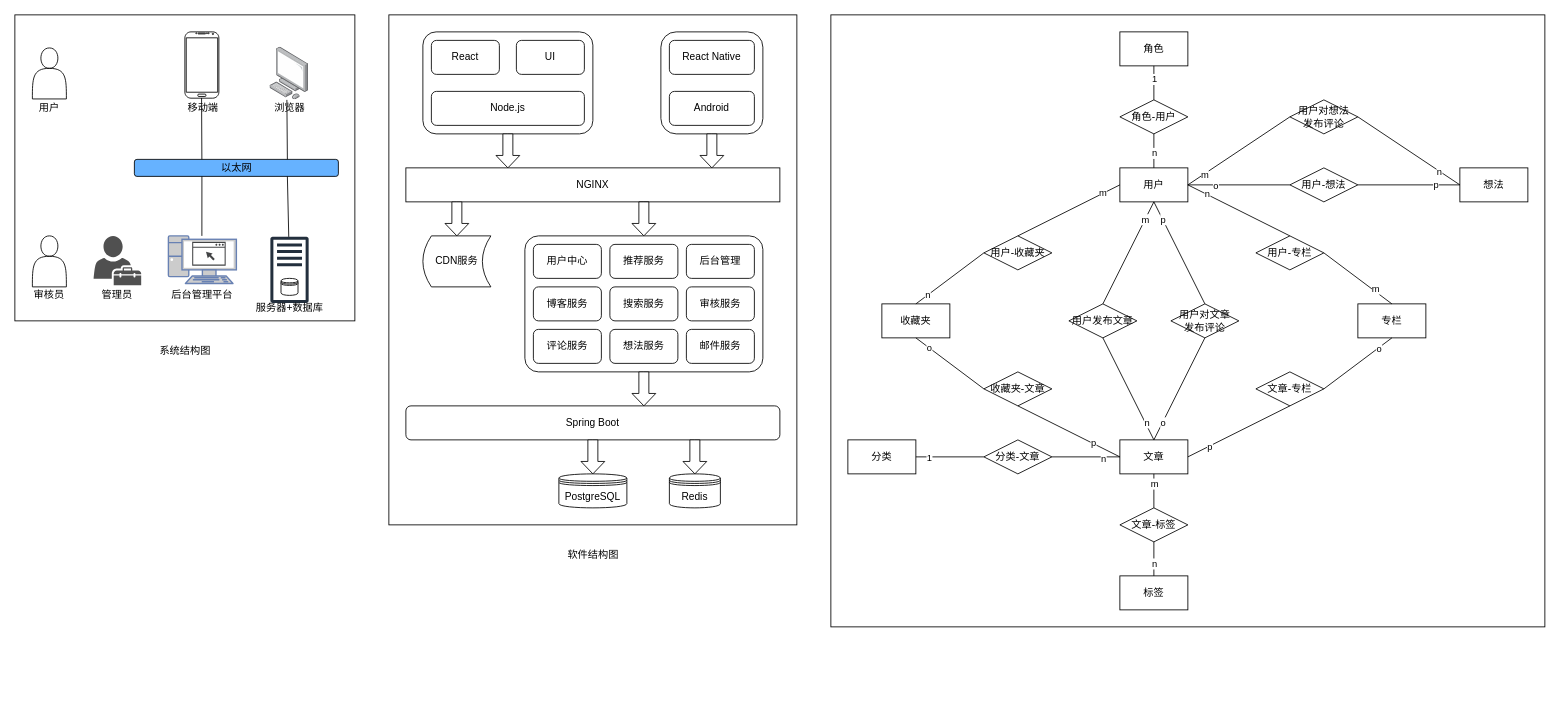
This is docs/virosa.drawio from wlonestar/virosa, a draw.io file, before an edit. Source tidied: cells renumbered, new cells numbered last; positions are measured from the earlier drawing's top-left corner, leaving out a move shared by most shapes. Both pictures are drawn from the tidied source at 85%, with x=0, y=0 at pixel (14, 14).
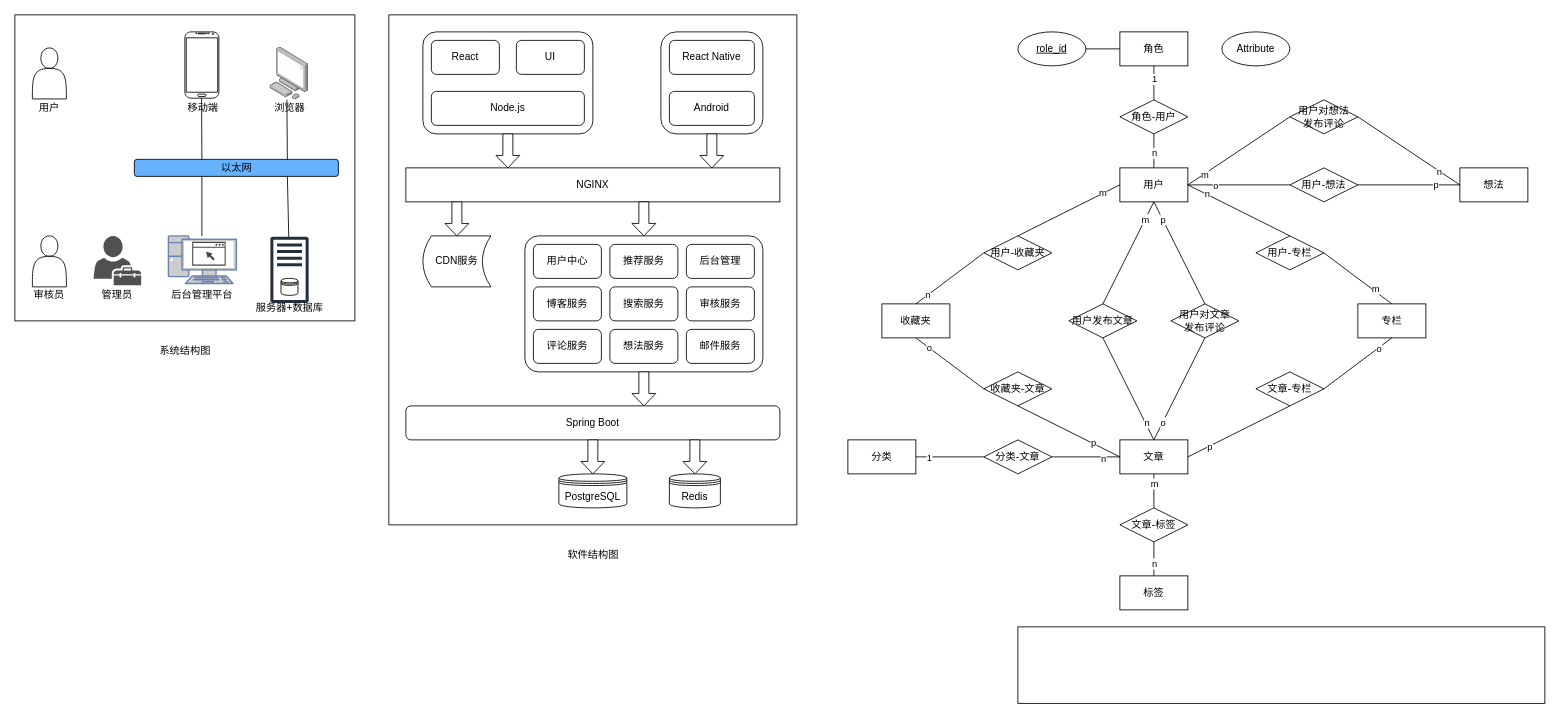
After the change.

Commit message:
upd: update databse design

Unchanged cells that the change refers to:
```xml
<mxCell id="66" value="角色" style="whiteSpace=wrap;html=1;align=center;" parent="1" vertex="1">
  <mxGeometry x="1300" y="20" width="80" height="40" as="geometry" />
</mxCell>
```

What changed in the source:
```diff
@@
     <mxCell id="2" style="rounded=0;whiteSpace=wrap;html=1;" parent="1" vertex="1">
-      <mxGeometry x="960" width="840" height="720" as="geometry" />
+      <mxGeometry x="1180" y="720" width="620" height="90" as="geometry" />
     </mxCell>
@@
+    <mxCell id="122" value="Attribute" style="ellipse;whiteSpace=wrap;html=1;align=center;" parent="1" vertex="1">
+      <mxGeometry x="1420" y="20" width="80" height="40" as="geometry" />
+    </mxCell>
+    <mxCell id="123" value="role_id" style="ellipse;whiteSpace=wrap;html=1;align=center;fontStyle=4;" parent="1" vertex="1">
+      <mxGeometry x="1180" y="20" width="80" height="40" as="geometry" />
+    </mxCell>
+    <mxCell id="124" style="endArrow=none;html=1;exitX=1;exitY=0.5;exitDx=0;exitDy=0;entryX=0;entryY=0.5;entryDx=0;entryDy=0;" parent="1" edge="1" source="123" target="66">
+      <mxGeometry relative="1" as="geometry" />
+    </mxCell>
```
